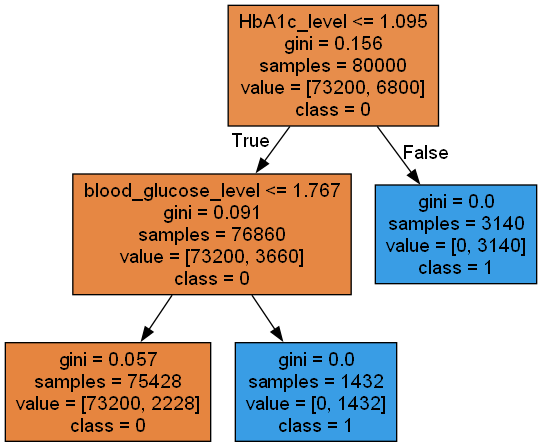
Above: b_classifier/images/diabetes_gridsearch_dtc01.png in kimgusan/Machine_Learning (Graphviz), before the change. Its source is kept beside it as b_classifier/images/diabetes_gridsearch_dtc01.dot. Its diagram source:
```dot
digraph Tree {
node [shape=box, style="filled", color="black", fontname="helvetica"] ;
edge [fontname="helvetica"] ;
0 [label="HbA1c_level <= 1.095\ngini = 0.156\nsamples = 80000\nvalue = [73200, 6800]\nclass = 0", fillcolor="#e78d4b"] ;
1 [label="blood_glucose_level <= 1.767\ngini = 0.091\nsamples = 76860\nvalue = [73200, 3660]\nclass = 0", fillcolor="#e68743"] ;
0 -> 1 [labeldistance=2.5, labelangle=45, headlabel="True"] ;
2 [label="gini = 0.057\nsamples = 75428\nvalue = [73200, 2228]\nclass = 0", fillcolor="#e6853f"] ;
1 -> 2 ;
3 [label="gini = 0.0\nsamples = 1432\nvalue = [0, 1432]\nclass = 1", fillcolor="#399de5"] ;
1 -> 3 ;
4 [label="gini = 0.0\nsamples = 3140\nvalue = [0, 3140]\nclass = 1", fillcolor="#399de5"] ;
0 -> 4 [labeldistance=2.5, labelangle=-45, headlabel="False"] ;
}
```
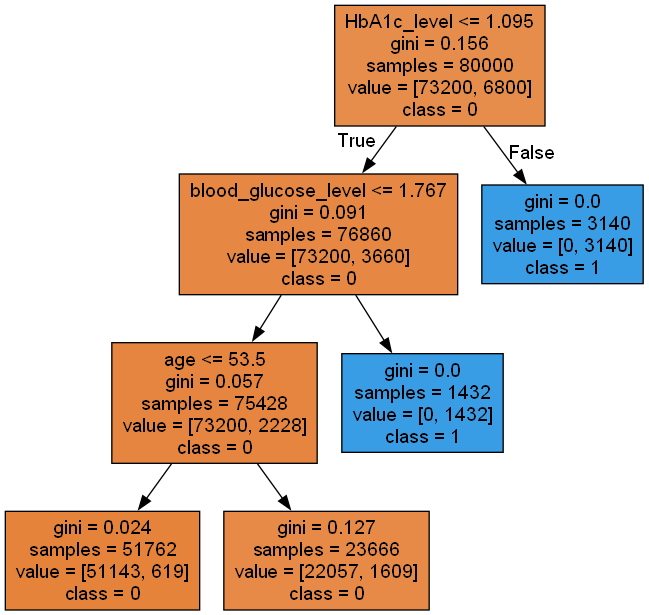
After the commit.

The edit, as a diff of the source:
```diff
@@ -4,10 +4,14 @@
 0 [label="HbA1c_level <= 1.095\ngini = 0.156\nsamples = 80000\nvalue = [73200, 6800]\nclass = 0", fillcolor="#e78d4b"] ;
 1 [label="blood_glucose_level <= 1.767\ngini = 0.091\nsamples = 76860\nvalue = [73200, 3660]\nclass = 0", fillcolor="#e68743"] ;
 0 -> 1 [labeldistance=2.5, labelangle=45, headlabel="True"] ;
-2 [label="gini = 0.057\nsamples = 75428\nvalue = [73200, 2228]\nclass = 0", fillcolor="#e6853f"] ;
+2 [label="age <= 53.5\ngini = 0.057\nsamples = 75428\nvalue = [73200, 2228]\nclass = 0", fillcolor="#e6853f"] ;
 1 -> 2 ;
-3 [label="gini = 0.0\nsamples = 1432\nvalue = [0, 1432]\nclass = 1", fillcolor="#399de5"] ;
-1 -> 3 ;
-4 [label="gini = 0.0\nsamples = 3140\nvalue = [0, 3140]\nclass = 1", fillcolor="#399de5"] ;
-0 -> 4 [labeldistance=2.5, labelangle=-45, headlabel="False"] ;
+3 [label="gini = 0.024\nsamples = 51762\nvalue = [51143, 619]\nclass = 0", fillcolor="#e5833b"] ;
+2 -> 3 ;
+4 [label="gini = 0.127\nsamples = 23666\nvalue = [22057, 1609]\nclass = 0", fillcolor="#e78a47"] ;
+2 -> 4 ;
+5 [label="gini = 0.0\nsamples = 1432\nvalue = [0, 1432]\nclass = 1", fillcolor="#399de5"] ;
+1 -> 5 ;
+6 [label="gini = 0.0\nsamples = 3140\nvalue = [0, 3140]\nclass = 1", fillcolor="#399de5"] ;
+0 -> 6 [labeldistance=2.5, labelangle=-45, headlabel="False"] ;
 }
```
